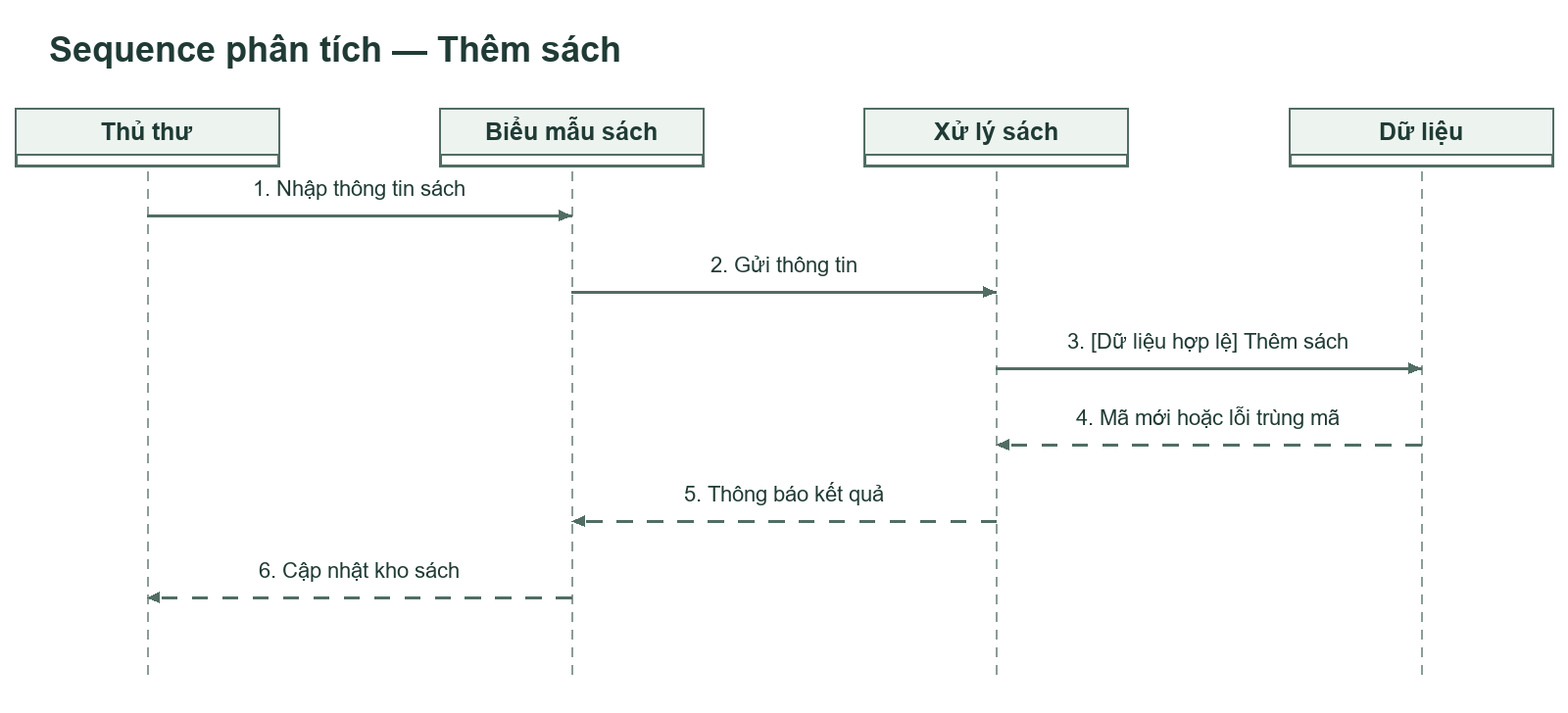
Before: docs/uml/05_seq_book.png, a diagram exported from PlantUML (khoiln218/ThuVienMini). Its source is kept beside it as docs/uml/05_seq_book.puml. Source of this version:
```plantuml
@startuml
skinparam defaultFontName Arial
skinparam shadowing false
participant "Thủ thư" as P0
participant "Biểu mẫu sách" as P1
participant "Xử lý sách" as P2
participant "Dữ liệu" as P3
P0 -> P1: 1. Nhập thông tin sách
P1 -> P2: 2. Gửi thông tin
P2 -> P3: 3. [Dữ liệu hợp lệ] Thêm sách
P3 --> P2: 4. Mã mới hoặc lỗi trùng mã
P2 --> P1: 5. Thông báo kết quả
P1 --> P0: 6. Cập nhật kho sách

@enduml
```
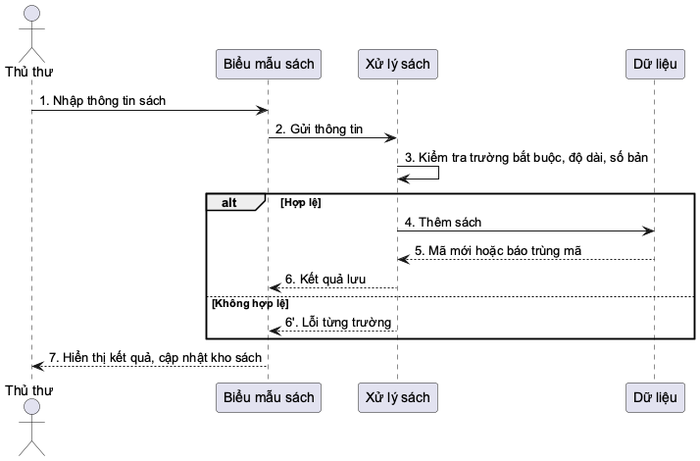
The same file after the commit.

Diff of the diagram source:
```diff
@@ -1,15 +1,19 @@
 @startuml
 skinparam defaultFontName Arial
 skinparam shadowing false
-participant "Thủ thư" as P0
+actor "Thủ thư" as P0
 participant "Biểu mẫu sách" as P1
 participant "Xử lý sách" as P2
 participant "Dữ liệu" as P3
 P0 -> P1: 1. Nhập thông tin sách
 P1 -> P2: 2. Gửi thông tin
-P2 -> P3: 3. [Dữ liệu hợp lệ] Thêm sách
-P3 --> P2: 4. Mã mới hoặc lỗi trùng mã
-P2 --> P1: 5. Thông báo kết quả
-P1 --> P0: 6. Cập nhật kho sách
-
+P2 -> P2: 3. Kiểm tra trường bắt buộc, độ dài, số bản
+alt Hợp lệ
+  P2 -> P3: 4. Thêm sách
+  P3 --> P2: 5. Mã mới hoặc báo trùng mã
+  P2 --> P1: 6. Kết quả lưu
+else Không hợp lệ
+  P2 --> P1: 6'. Lỗi từng trường
+end
+P1 --> P0: 7. Hiển thị kết quả, cập nhật kho sách
 @enduml
```
